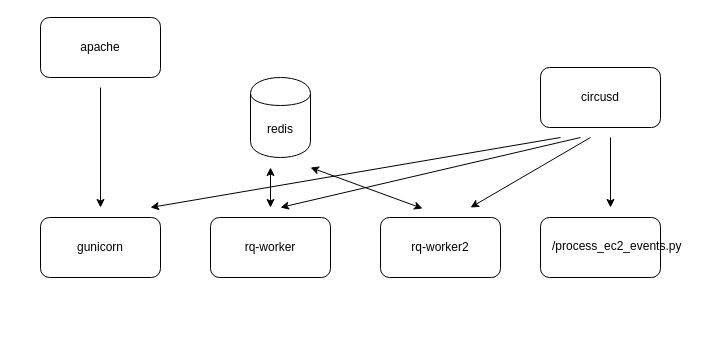
The draw.io diagram Untitled Diagram.drawio in anthcho/my, before the edit. Source tidied: cells renumbered, new cells numbered last; positions are measured from the earlier drawing's top-left corner, leaving out a move shared by most shapes. Both pictures are drawn from the tidied source at 100%, with x=0, y=0 at pixel (40, 17).
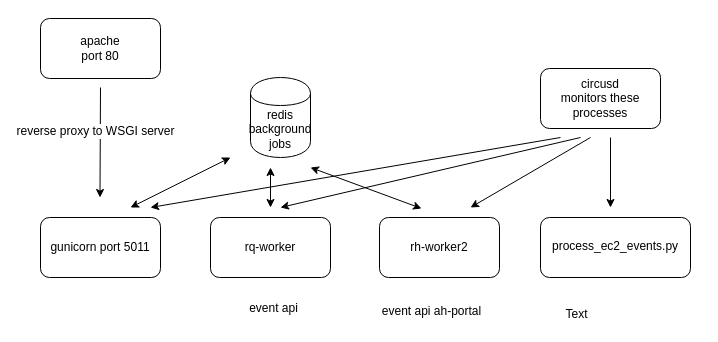
After the change.

The edit, as a diff of the source:
```diff
@@
-    <mxCell id="2" value="apache" style="rounded=1;whiteSpace=wrap;html=1;" parent="1" vertex="1">
-      <mxGeometry width="120" height="60" as="geometry" />
+    <mxCell id="2" value="apache&lt;br&gt;port 80" style="rounded=1;whiteSpace=wrap;html=1;" parent="1" vertex="1">
+      <mxGeometry y="1" width="120" height="60" as="geometry" />
     </mxCell>
-    <mxCell id="3" value="gunicorn" style="rounded=1;whiteSpace=wrap;html=1;" parent="1" vertex="1">
+    <mxCell id="3" value="gunicorn port 5011&lt;br&gt;" style="rounded=1;whiteSpace=wrap;html=1;" parent="1" vertex="1">
       <mxGeometry y="200" width="120" height="60" as="geometry" />
     </mxCell>
     <mxCell id="4" style="endArrow=classic;html=1;" parent="1" edge="1">
       <mxGeometry relative="1" as="geometry">
         <mxPoint x="60" y="70" as="sourcePoint" />
-        <mxPoint x="60" y="190" as="targetPoint" />
+        <mxPoint x="59.5" y="180" as="targetPoint" />
       </mxGeometry>
     </mxCell>
+    <mxCell id="17" value="reverse proxy to WSGI server" style="text;html=1;align=center;verticalAlign=middle;labelBackgroundColor=#ffffff;" parent="4" vertex="1">
+      <mxGeometry x="-0.2" y="-5" relative="1" as="geometry" />
+    </mxCell>
-    <mxCell id="5" value="circusd&lt;br&gt;" style="rounded=1;whiteSpace=wrap;html=1;" parent="1" vertex="1">
-      <mxGeometry x="500" y="50" width="120" height="60" as="geometry" />
+    <mxCell id="5" value="circusd&lt;br&gt;monitors these processes&lt;br&gt;" style="rounded=1;whiteSpace=wrap;html=1;" parent="1" vertex="1">
+      <mxGeometry x="500" y="51" width="120" height="60" as="geometry" />
     </mxCell>
@@
-    <mxCell id="8" value="rq-worker2" style="rounded=1;whiteSpace=wrap;html=1;" parent="1" vertex="1">
-      <mxGeometry x="340" y="200" width="120" height="60" as="geometry" />
+    <mxCell id="8" value="rh-worker2" style="rounded=1;whiteSpace=wrap;html=1;" parent="1" vertex="1">
+      <mxGeometry x="339" y="200" width="120" height="60" as="geometry" />
     </mxCell>
     <mxCell id="9" style="rounded=1;whiteSpace=wrap;html=1;" parent="1" vertex="1">
-      <mxGeometry x="500" y="200" width="120" height="60" as="geometry" />
+      <mxGeometry x="500" y="200" width="150" height="60" as="geometry" />
     </mxCell>
-    <mxCell id="10" value="/process_ec2_events.py" style="text;html=1;" parent="1" vertex="1">
+    <mxCell id="10" value="process_ec2_events.py" style="text;html=1;" parent="1" vertex="1">
       <mxGeometry x="510" y="215" width="150" height="30" as="geometry" />
     </mxCell>
@@
-    <mxCell id="14" value="redis" style="shape=cylinder;whiteSpace=wrap;html=1;boundedLbl=1;backgroundOutline=1;" parent="1" vertex="1">
+    <mxCell id="14" value="redis&lt;br&gt;background jobs" style="shape=cylinder;whiteSpace=wrap;html=1;boundedLbl=1;backgroundOutline=1;" parent="1" vertex="1">
       <mxGeometry x="210" y="60" width="60" height="80" as="geometry" />
     </mxCell>
@@
+    <mxCell id="18" style="endArrow=classic;startArrow=classic;html=1;" parent="1" edge="1">
+      <mxGeometry relative="1" as="geometry">
+        <mxPoint x="90" y="190" as="sourcePoint" />
+        <mxPoint x="190" y="140" as="targetPoint" />
+      </mxGeometry>
+    </mxCell>
+    <mxCell id="19" value="Text" style="text;html=1;align=center;verticalAlign=middle;" parent="1" vertex="1">
+      <mxGeometry x="516" y="287" width="40" height="20" as="geometry" />
+    </mxCell>
+    <mxCell id="20" value="event api&lt;br&gt;" style="text;html=1;align=center;verticalAlign=middle;" parent="1" vertex="1">
+      <mxGeometry x="203" y="281" width="60" height="20" as="geometry" />
+    </mxCell>
+    <mxCell id="21" value="event api ah-portal&lt;br&gt;" style="text;html=1;align=center;verticalAlign=middle;" parent="1" vertex="1">
+      <mxGeometry x="336" y="284" width="110" height="20" as="geometry" />
+    </mxCell>
```
